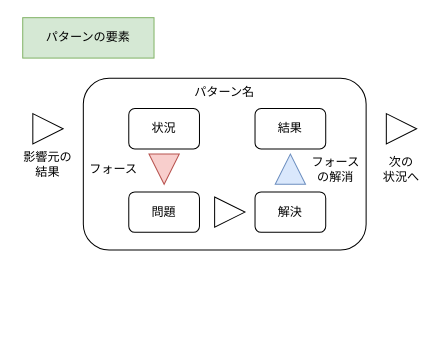
This is qiita_pattarn1.drawio from YossyIto/booklog_drowio, a draw.io file, before an edit. Source tidied: cells renumbered, new cells numbered last; positions are measured from the earlier drawing's top-left corner, leaving out a move shared by most shapes. Both pictures are drawn from the tidied source at 101%, with x=0, y=0 at pixel (17, 17).
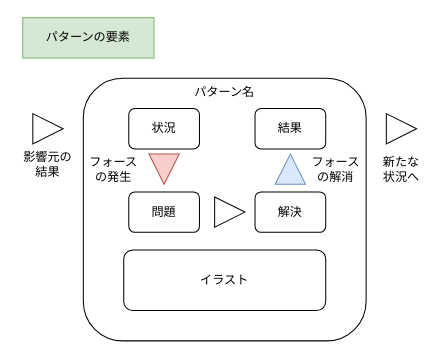
The same page after the edit.

Commit message (it also covers changes not shown here):
qiita_pattarn1.drawio を更新します

The edit, as a diff of the source:
```diff
@@
 <mxGraphModel>
   <root>
     <mxCell id="0" />
     <mxCell id="1" parent="0" />
     <mxCell id="2" value="パターンの要素" style="text;html=1;align=center;verticalAlign=middle;whiteSpace=wrap;rounded=0;fillColor=#d5e8d4;strokeColor=#82b366;" parent="1" vertex="1">
       <mxGeometry x="5" width="130" height="40" as="geometry" />
     </mxCell>
     <mxCell id="3" value="&lt;div style=&quot;&quot;&gt;パターン名&lt;/div&gt;" style="rounded=1;whiteSpace=wrap;html=1;align=center;verticalAlign=top;" parent="1" vertex="1">
-      <mxGeometry x="65" y="60" width="280" height="170" as="geometry" />
+      <mxGeometry x="65" y="60" width="280" height="260" as="geometry" />
     </mxCell>
     <mxCell id="4" value="状況" style="rounded=1;whiteSpace=wrap;html=1;" parent="1" vertex="1">
       <mxGeometry x="110" y="90" width="70" height="40" as="geometry" />
     </mxCell>
     <mxCell id="5" style="triangle;whiteSpace=wrap;html=1;rotation=90;fillColor=#f8cecc;strokeColor=#b85450;" parent="1" vertex="1">
       <mxGeometry x="130" y="135" width="30" height="30" as="geometry" />
     </mxCell>
     <mxCell id="6" value="問題" style="rounded=1;whiteSpace=wrap;html=1;" parent="1" vertex="1">
       <mxGeometry x="110" y="172.5" width="70" height="40" as="geometry" />
     </mxCell>
     <mxCell id="7" style="triangle;whiteSpace=wrap;html=1;rotation=0;" parent="1" vertex="1">
       <mxGeometry x="195" y="177.5" width="30" height="30" as="geometry" />
     </mxCell>
     <mxCell id="8" value="解決" style="rounded=1;whiteSpace=wrap;html=1;" parent="1" vertex="1">
       <mxGeometry x="235" y="172.5" width="70" height="40" as="geometry" />
     </mxCell>
     <mxCell id="9" value="結果" style="rounded=1;whiteSpace=wrap;html=1;" parent="1" vertex="1">
       <mxGeometry x="235" y="90" width="70" height="40" as="geometry" />
     </mxCell>
     <mxCell id="10" style="triangle;whiteSpace=wrap;html=1;rotation=-90;fillColor=#dae8fc;strokeColor=#6c8ebf;" parent="1" vertex="1">
       <mxGeometry x="255" y="135" width="30" height="30" as="geometry" />
     </mxCell>
     <mxCell id="11" style="triangle;whiteSpace=wrap;html=1;rotation=0;" parent="1" vertex="1">
       <mxGeometry x="365" y="95" width="30" height="30" as="geometry" />
     </mxCell>
-    <mxCell id="12" value="フォース" style="text;html=1;align=center;verticalAlign=middle;whiteSpace=wrap;rounded=0;" parent="1" vertex="1">
+    <mxCell id="12" value="フォース&lt;div&gt;の発生&lt;/div&gt;" style="text;html=1;align=center;verticalAlign=middle;whiteSpace=wrap;rounded=0;" parent="1" vertex="1">
       <mxGeometry x="65" y="135" width="60" height="30" as="geometry" />
     </mxCell>
     <mxCell id="13" value="フォース&lt;div&gt;の解消&lt;/div&gt;" style="text;html=1;align=center;verticalAlign=middle;whiteSpace=wrap;rounded=0;" parent="1" vertex="1">
       <mxGeometry x="285" y="135" width="60" height="30" as="geometry" />
     </mxCell>
-    <mxCell id="14" value="次の&lt;div&gt;状況へ&lt;/div&gt;" style="text;html=1;align=center;verticalAlign=middle;whiteSpace=wrap;rounded=0;" parent="1" vertex="1">
+    <mxCell id="14" value="新たな&lt;div&gt;状況へ&lt;/div&gt;" style="text;html=1;align=center;verticalAlign=middle;whiteSpace=wrap;rounded=0;" parent="1" vertex="1">
       <mxGeometry x="350" y="135" width="60" height="30" as="geometry" />
     </mxCell>
     <mxCell id="15" style="triangle;whiteSpace=wrap;html=1;rotation=0;" parent="1" vertex="1">
       <mxGeometry x="15" y="95" width="30" height="30" as="geometry" />
     </mxCell>
     <mxCell id="16" value="&lt;div&gt;影響元の&lt;/div&gt;&lt;div&gt;結果&lt;/div&gt;" style="text;html=1;align=center;verticalAlign=middle;whiteSpace=wrap;rounded=0;" parent="1" vertex="1">
       <mxGeometry y="130" width="60" height="30" as="geometry" />
     </mxCell>
+    <mxCell id="17" value="イラスト" style="rounded=1;whiteSpace=wrap;html=1;" parent="1" vertex="1">
+      <mxGeometry x="105" y="230" width="200" height="60" as="geometry" />
+    </mxCell>
   </root>
 </mxGraphModel>
```
